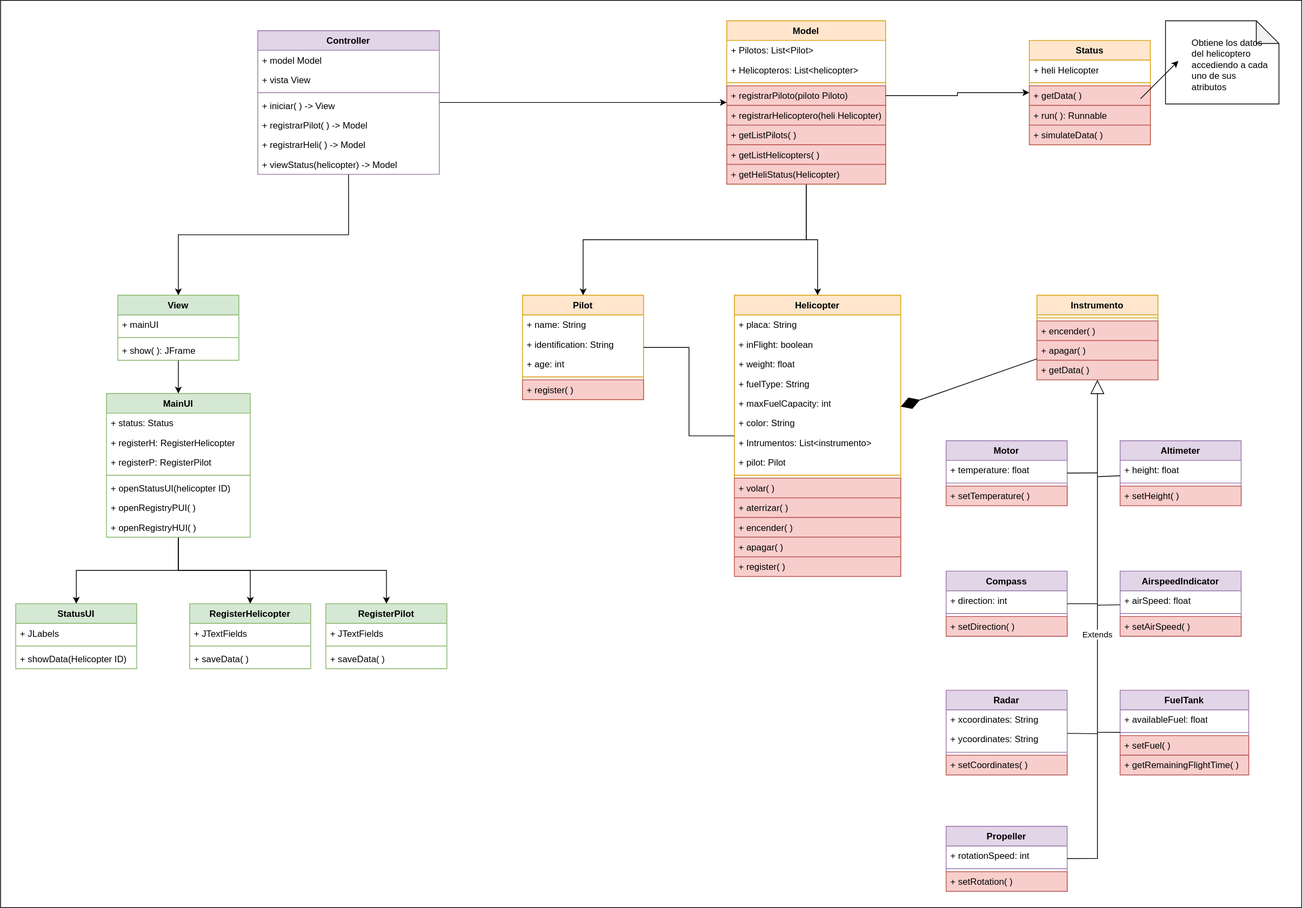
Before: diagram.drawio.svg, a diagram exported from draw.io (benjiliang/Helicopter). Source tidied: cells renumbered, new cells last; positions are measured from the earlier drawing's top-left corner, leaving out a move shared by most shapes.
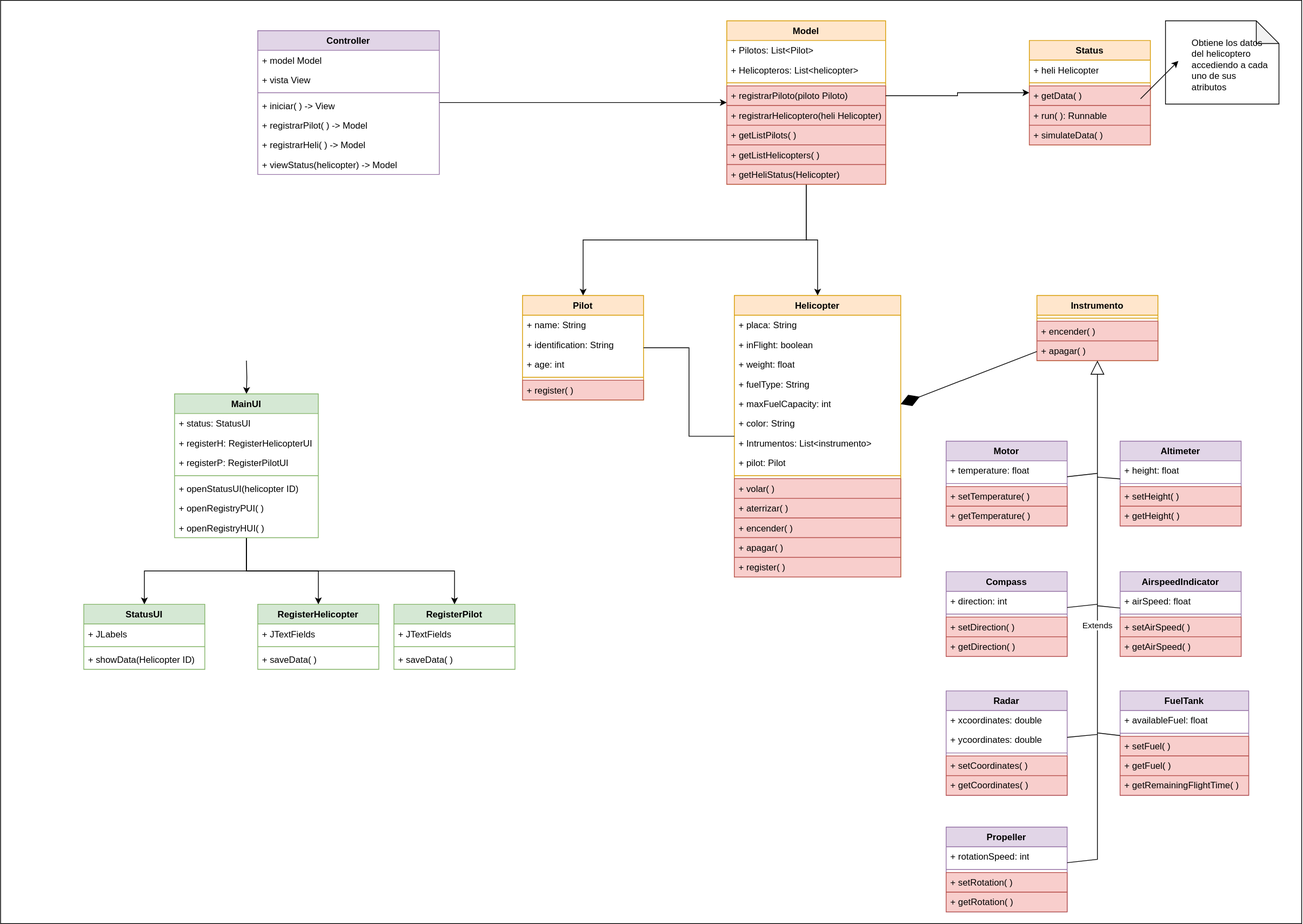
The same diagram one commit later.

The edit, as a diff of the source:
```diff
@@ -3,7 +3,7 @@
     <mxCell id="0" />
     <mxCell id="1" parent="0" />
     <mxCell id="2" style="rounded=0;whiteSpace=wrap;html=1;" parent="1" vertex="1">
-      <mxGeometry width="1720" height="1200" as="geometry" />
+      <mxGeometry width="1720" height="1220" as="geometry" />
     </mxCell>
     <mxCell id="3" value="Pilot" style="swimlane;fontStyle=1;align=center;verticalAlign=top;horizontal=1;startSize=26;whiteSpace=wrap;html=1;fillColor=#ffe6cc;strokeColor=#d79b00;" parent="1" vertex="1">
       <mxGeometry x="690" y="390" width="160" height="138" as="geometry" />
@@ -69,7 +69,7 @@
       <mxGeometry y="346" width="220" height="26" as="geometry" />
     </mxCell>
     <mxCell id="24" value="Instrumento" style="swimlane;fontStyle=1;align=center;verticalAlign=top;horizontal=1;startSize=26;whiteSpace=wrap;html=1;fillColor=#ffe6cc;strokeColor=#d79b00;" parent="1" vertex="1">
-      <mxGeometry x="1370" y="390" width="160" height="112" as="geometry" />
+      <mxGeometry x="1370" y="390" width="160" height="86" as="geometry" />
     </mxCell>
     <mxCell id="25" style="line;strokeWidth=1;fillColor=none;align=left;verticalAlign=middle;spacingTop=-1;spacingLeft=3;spacingRight=3;labelPosition=right;strokeColor=inherit;" parent="24" vertex="1">
       <mxGeometry y="26" width="160" height="8" as="geometry" />
@@ -80,11 +80,8 @@
     <mxCell id="27" value="+ apagar( )" style="text;strokeColor=#b85450;fillColor=#f8cecc;align=left;verticalAlign=top;spacingLeft=4;spacingRight=4;overflow=hidden;whiteSpace=wrap;html=1;" parent="24" vertex="1">
       <mxGeometry y="60" width="160" height="26" as="geometry" />
     </mxCell>
-    <mxCell id="28" value="+ getData( )" style="text;strokeColor=#b85450;fillColor=#f8cecc;align=left;verticalAlign=top;spacingLeft=4;spacingRight=4;overflow=hidden;whiteSpace=wrap;html=1;" parent="24" vertex="1">
-      <mxGeometry y="86" width="160" height="26" as="geometry" />
-    </mxCell>
     <mxCell id="29" value="Motor" style="swimlane;fontStyle=1;align=center;verticalAlign=top;horizontal=1;startSize=26;whiteSpace=wrap;html=1;fillColor=#e1d5e7;strokeColor=#9673a6;" parent="1" vertex="1">
-      <mxGeometry x="1250" y="582.5" width="160" height="86" as="geometry" />
+      <mxGeometry x="1250" y="582.5" width="160" height="112" as="geometry" />
     </mxCell>
     <mxCell id="30" value="+ temperature: float" style="text;strokeColor=none;fillColor=none;align=left;verticalAlign=top;spacingLeft=4;spacingRight=4;overflow=hidden;whiteSpace=wrap;html=1;" parent="29" vertex="1">
       <mxGeometry y="26" width="160" height="26" as="geometry" />
@@ -95,8 +92,11 @@
     <mxCell id="32" value="+ setTemperature( )" style="text;strokeColor=#b85450;fillColor=#f8cecc;align=left;verticalAlign=top;spacingLeft=4;spacingRight=4;overflow=hidden;whiteSpace=wrap;html=1;" parent="29" vertex="1">
       <mxGeometry y="60" width="160" height="26" as="geometry" />
     </mxCell>
+    <mxCell id="127" value="+ getTemperature( )" style="text;strokeColor=#b85450;fillColor=#f8cecc;align=left;verticalAlign=top;spacingLeft=4;spacingRight=4;overflow=hidden;whiteSpace=wrap;html=1;" parent="29" vertex="1">
+      <mxGeometry y="86" width="160" height="26" as="geometry" />
+    </mxCell>
     <mxCell id="33" value="Altimeter" style="swimlane;fontStyle=1;align=center;verticalAlign=top;horizontal=1;startSize=26;whiteSpace=wrap;html=1;fillColor=#e1d5e7;strokeColor=#9673a6;" parent="1" vertex="1">
-      <mxGeometry x="1480" y="582.5" width="160" height="86" as="geometry" />
+      <mxGeometry x="1480" y="582.5" width="160" height="112" as="geometry" />
     </mxCell>
     <mxCell id="34" value="+ height: float" style="text;strokeColor=none;fillColor=none;align=left;verticalAlign=top;spacingLeft=4;spacingRight=4;overflow=hidden;whiteSpace=wrap;html=1;" parent="33" vertex="1">
       <mxGeometry y="26" width="160" height="26" as="geometry" />
@@ -107,8 +107,11 @@
     <mxCell id="36" value="+ setHeight( )" style="text;strokeColor=#b85450;fillColor=#f8cecc;align=left;verticalAlign=top;spacingLeft=4;spacingRight=4;overflow=hidden;whiteSpace=wrap;html=1;" parent="33" vertex="1">
       <mxGeometry y="60" width="160" height="26" as="geometry" />
     </mxCell>
+    <mxCell id="128" value="+ getHeight( )" style="text;strokeColor=#b85450;fillColor=#f8cecc;align=left;verticalAlign=top;spacingLeft=4;spacingRight=4;overflow=hidden;whiteSpace=wrap;html=1;" parent="33" vertex="1">
+      <mxGeometry y="86" width="160" height="26" as="geometry" />
+    </mxCell>
     <mxCell id="37" value="Compass" style="swimlane;fontStyle=1;align=center;verticalAlign=top;horizontal=1;startSize=26;whiteSpace=wrap;html=1;fillColor=#e1d5e7;strokeColor=#9673a6;" parent="1" vertex="1">
-      <mxGeometry x="1250" y="754.9" width="160" height="86" as="geometry" />
+      <mxGeometry x="1250" y="754.9" width="160" height="112" as="geometry" />
     </mxCell>
     <mxCell id="38" value="+ direction: int" style="text;strokeColor=none;fillColor=none;align=left;verticalAlign=top;spacingLeft=4;spacingRight=4;overflow=hidden;whiteSpace=wrap;html=1;" parent="37" vertex="1">
       <mxGeometry y="26" width="160" height="26" as="geometry" />
@@ -119,8 +122,11 @@
     <mxCell id="40" value="+ setDirection( )" style="text;strokeColor=#b85450;fillColor=#f8cecc;align=left;verticalAlign=top;spacingLeft=4;spacingRight=4;overflow=hidden;whiteSpace=wrap;html=1;" parent="37" vertex="1">
       <mxGeometry y="60" width="160" height="26" as="geometry" />
     </mxCell>
+    <mxCell id="129" value="+ getDirection( )" style="text;strokeColor=#b85450;fillColor=#f8cecc;align=left;verticalAlign=top;spacingLeft=4;spacingRight=4;overflow=hidden;whiteSpace=wrap;html=1;" parent="37" vertex="1">
+      <mxGeometry y="86" width="160" height="26" as="geometry" />
+    </mxCell>
     <mxCell id="41" value="AirspeedIndicator" style="swimlane;fontStyle=1;align=center;verticalAlign=top;horizontal=1;startSize=26;whiteSpace=wrap;html=1;fillColor=#e1d5e7;strokeColor=#9673a6;" parent="1" vertex="1">
-      <mxGeometry x="1480" y="754.9" width="160" height="86" as="geometry" />
+      <mxGeometry x="1480" y="754.9" width="160" height="112" as="geometry" />
     </mxCell>
     <mxCell id="42" value="+ airSpeed: float" style="text;strokeColor=none;fillColor=none;align=left;verticalAlign=top;spacingLeft=4;spacingRight=4;overflow=hidden;whiteSpace=wrap;html=1;" parent="41" vertex="1">
       <mxGeometry y="26" width="160" height="26" as="geometry" />
@@ -128,16 +134,19 @@
     <mxCell id="43" style="line;strokeWidth=1;fillColor=none;align=left;verticalAlign=middle;spacingTop=-1;spacingLeft=3;spacingRight=3;labelPosition=right;strokeColor=inherit;" parent="41" vertex="1">
       <mxGeometry y="52" width="160" height="8" as="geometry" />
     </mxCell>
+    <mxCell id="130" value="+ setAirSpeed( )" style="text;strokeColor=#b85450;fillColor=#f8cecc;align=left;verticalAlign=top;spacingLeft=4;spacingRight=4;overflow=hidden;whiteSpace=wrap;html=1;" parent="41" vertex="1">
+      <mxGeometry y="60" width="160" height="26" as="geometry" />
+    </mxCell>
-    <mxCell id="44" value="+ setAirSpeed( )" style="text;strokeColor=#b85450;fillColor=#f8cecc;align=left;verticalAlign=top;spacingLeft=4;spacingRight=4;overflow=hidden;whiteSpace=wrap;html=1;" parent="41" vertex="1">
-      <mxGeometry y="60" width="160" height="26" as="geometry" />
+    <mxCell id="44" value="+ getAirSpeed( )" style="text;strokeColor=#b85450;fillColor=#f8cecc;align=left;verticalAlign=top;spacingLeft=4;spacingRight=4;overflow=hidden;whiteSpace=wrap;html=1;" parent="41" vertex="1">
+      <mxGeometry y="86" width="160" height="26" as="geometry" />
     </mxCell>
     <mxCell id="45" value="Radar" style="swimlane;fontStyle=1;align=center;verticalAlign=top;horizontal=1;startSize=26;whiteSpace=wrap;html=1;fillColor=#e1d5e7;strokeColor=#9673a6;" parent="1" vertex="1">
-      <mxGeometry x="1250" y="912.5" width="160" height="112" as="geometry" />
+      <mxGeometry x="1250" y="912.5" width="160" height="138" as="geometry" />
     </mxCell>
-    <mxCell id="46" value="+ xcoordinates: String" style="text;strokeColor=none;fillColor=none;align=left;verticalAlign=top;spacingLeft=4;spacingRight=4;overflow=hidden;whiteSpace=wrap;html=1;" parent="45" vertex="1">
+    <mxCell id="46" value="+ xcoordinates: double" style="text;strokeColor=none;fillColor=none;align=left;verticalAlign=top;spacingLeft=4;spacingRight=4;overflow=hidden;whiteSpace=wrap;html=1;" parent="45" vertex="1">
       <mxGeometry y="26" width="160" height="26" as="geometry" />
     </mxCell>
-    <mxCell id="47" value="+ ycoordinates: String" style="text;strokeColor=none;fillColor=none;align=left;verticalAlign=top;spacingLeft=4;spacingRight=4;overflow=hidden;whiteSpace=wrap;html=1;" parent="45" vertex="1">
+    <mxCell id="47" value="+ ycoordinates: double" style="text;strokeColor=none;fillColor=none;align=left;verticalAlign=top;spacingLeft=4;spacingRight=4;overflow=hidden;whiteSpace=wrap;html=1;" parent="45" vertex="1">
       <mxGeometry y="52" width="160" height="26" as="geometry" />
     </mxCell>
     <mxCell id="48" style="line;strokeWidth=1;fillColor=none;align=left;verticalAlign=middle;spacingTop=-1;spacingLeft=3;spacingRight=3;labelPosition=right;strokeColor=inherit;" parent="45" vertex="1">
@@ -146,8 +155,11 @@
     <mxCell id="49" value="+ setCoordinates( )" style="text;strokeColor=#b85450;fillColor=#f8cecc;align=left;verticalAlign=top;spacingLeft=4;spacingRight=4;overflow=hidden;whiteSpace=wrap;html=1;" parent="45" vertex="1">
       <mxGeometry y="86" width="160" height="26" as="geometry" />
     </mxCell>
+    <mxCell id="131" value="+ getCoordinates( )" style="text;strokeColor=#b85450;fillColor=#f8cecc;align=left;verticalAlign=top;spacingLeft=4;spacingRight=4;overflow=hidden;whiteSpace=wrap;html=1;" parent="45" vertex="1">
+      <mxGeometry y="112" width="160" height="26" as="geometry" />
+    </mxCell>
     <mxCell id="50" value="FuelTank" style="swimlane;fontStyle=1;align=center;verticalAlign=top;horizontal=1;startSize=26;whiteSpace=wrap;html=1;fillColor=#e1d5e7;strokeColor=#9673a6;" parent="1" vertex="1">
-      <mxGeometry x="1480" y="912.5" width="170" height="112" as="geometry" />
+      <mxGeometry x="1480" y="912.5" width="170" height="138" as="geometry" />
     </mxCell>
     <mxCell id="51" value="+ availableFuel: float" style="text;strokeColor=none;fillColor=none;align=left;verticalAlign=top;spacingLeft=4;spacingRight=4;overflow=hidden;whiteSpace=wrap;html=1;" parent="50" vertex="1">
       <mxGeometry y="26" width="170" height="26" as="geometry" />
@@ -158,11 +170,14 @@
     <mxCell id="53" value="+ setFuel( )" style="text;strokeColor=#b85450;fillColor=#f8cecc;align=left;verticalAlign=top;spacingLeft=4;spacingRight=4;overflow=hidden;whiteSpace=wrap;html=1;" parent="50" vertex="1">
       <mxGeometry y="60" width="170" height="26" as="geometry" />
     </mxCell>
+    <mxCell id="132" value="+ getFuel( )" style="text;strokeColor=#b85450;fillColor=#f8cecc;align=left;verticalAlign=top;spacingLeft=4;spacingRight=4;overflow=hidden;whiteSpace=wrap;html=1;" parent="50" vertex="1">
+      <mxGeometry y="86" width="170" height="26" as="geometry" />
+    </mxCell>
     <mxCell id="54" value="+ getRemainingFlightTime( )" style="text;strokeColor=#b85450;fillColor=#f8cecc;align=left;verticalAlign=top;spacingLeft=4;spacingRight=4;overflow=hidden;whiteSpace=wrap;html=1;" parent="50" vertex="1">
-      <mxGeometry y="86" width="170" height="26" as="geometry" />
+      <mxGeometry y="112" width="170" height="26" as="geometry" />
     </mxCell>
     <mxCell id="55" value="Propeller" style="swimlane;fontStyle=1;align=center;verticalAlign=top;horizontal=1;startSize=26;whiteSpace=wrap;html=1;fillColor=#e1d5e7;strokeColor=#9673a6;" parent="1" vertex="1">
-      <mxGeometry x="1250" y="1092.5" width="160" height="86" as="geometry" />
+      <mxGeometry x="1250" y="1092.5" width="160" height="112" as="geometry" />
     </mxCell>
     <mxCell id="56" value="+ rotationSpeed: int" style="text;strokeColor=none;fillColor=none;align=left;verticalAlign=top;spacingLeft=4;spacingRight=4;overflow=hidden;whiteSpace=wrap;html=1;" parent="55" vertex="1">
       <mxGeometry y="26" width="160" height="26" as="geometry" />
@@ -173,6 +188,9 @@
     <mxCell id="58" value="+ setRotation( )" style="text;strokeColor=#b85450;fillColor=#f8cecc;align=left;verticalAlign=top;spacingLeft=4;spacingRight=4;overflow=hidden;whiteSpace=wrap;html=1;" parent="55" vertex="1">
       <mxGeometry y="60" width="160" height="26" as="geometry" />
     </mxCell>
+    <mxCell id="133" value="+ getRotation( )" style="text;strokeColor=#b85450;fillColor=#f8cecc;align=left;verticalAlign=top;spacingLeft=4;spacingRight=4;overflow=hidden;whiteSpace=wrap;html=1;" parent="55" vertex="1">
+      <mxGeometry y="86" width="160" height="26" as="geometry" />
+    </mxCell>
     <mxCell id="59" value="Extends" style="endArrow=block;endSize=16;endFill=0;html=1;rounded=0;" parent="1" edge="1" source="55" target="24">
       <mxGeometry relative="1" as="geometry">
         <Array as="points">
@@ -216,21 +234,11 @@
         <mxPoint x="1450" y="968" as="targetPoint" />
       </mxGeometry>
     </mxCell>
-    <mxCell id="68" style="edgeStyle=orthogonalEdgeStyle;rounded=0;jettySize=auto;html=1;exitX=0.5;exitY=1;exitDx=0;exitDy=0;" parent="1" edge="1" source="69" target="76">
-      <mxGeometry relative="1" as="geometry" />
+    <mxCell id="68" style="edgeStyle=orthogonalEdgeStyle;rounded=0;jettySize=auto;html=1;exitX=0.5;exitY=1;exitDx=0;exitDy=0;" parent="1" edge="1" target="76">
+      <mxGeometry relative="1" as="geometry">
+        <mxPoint x="325" y="476" as="sourcePoint" />
+      </mxGeometry>
     </mxCell>
-    <mxCell id="69" value="View" style="swimlane;fontStyle=1;align=center;verticalAlign=top;horizontal=1;startSize=26;whiteSpace=wrap;html=1;fillColor=#d5e8d4;strokeColor=#82b366;" parent="1" vertex="1">
-      <mxGeometry x="155" y="390" width="160" height="86" as="geometry" />
-    </mxCell>
-    <mxCell id="70" value="+ mainUI" style="text;strokeColor=none;fillColor=none;align=left;verticalAlign=top;spacingLeft=4;spacingRight=4;overflow=hidden;whiteSpace=wrap;html=1;" parent="69" vertex="1">
-      <mxGeometry y="26" width="160" height="26" as="geometry" />
-    </mxCell>
-    <mxCell id="71" style="line;strokeWidth=1;fillColor=none;align=left;verticalAlign=middle;spacingTop=-1;spacingLeft=3;spacingRight=3;labelPosition=right;strokeColor=inherit;" parent="69" vertex="1">
-      <mxGeometry y="52" width="160" height="8" as="geometry" />
-    </mxCell>
-    <mxCell id="72" value="+ show( ): JFrame" style="text;strokeColor=none;fillColor=none;align=left;verticalAlign=top;spacingLeft=4;spacingRight=4;overflow=hidden;whiteSpace=wrap;html=1;" parent="69" vertex="1">
-      <mxGeometry y="60" width="160" height="26" as="geometry" />
-    </mxCell>
     <mxCell id="73" style="edgeStyle=orthogonalEdgeStyle;rounded=0;jettySize=auto;html=1;exitX=0.5;exitY=1;exitDx=0;exitDy=0;" parent="1" edge="1" source="76" target="84">
       <mxGeometry relative="1" as="geometry" />
     </mxCell>
@@ -241,15 +249,15 @@
       <mxGeometry relative="1" as="geometry" />
     </mxCell>
     <mxCell id="76" value="MainUI" style="swimlane;fontStyle=1;align=center;verticalAlign=top;horizontal=1;startSize=26;whiteSpace=wrap;html=1;fillColor=#d5e8d4;strokeColor=#82b366;" parent="1" vertex="1">
-      <mxGeometry x="140" y="520" width="190" height="190" as="geometry" />
+      <mxGeometry x="230" y="520" width="190" height="190" as="geometry" />
     </mxCell>
-    <mxCell id="77" value="&lt;div&gt;+ status: Status&lt;br&gt;&lt;/div&gt;" style="text;strokeColor=none;fillColor=none;align=left;verticalAlign=top;spacingLeft=4;spacingRight=4;overflow=hidden;whiteSpace=wrap;html=1;" parent="76" vertex="1">
+    <mxCell id="77" value="&lt;div&gt;+ status: StatusUI&lt;br&gt;&lt;/div&gt;" style="text;strokeColor=none;fillColor=none;align=left;verticalAlign=top;spacingLeft=4;spacingRight=4;overflow=hidden;whiteSpace=wrap;html=1;" parent="76" vertex="1">
       <mxGeometry y="26" width="190" height="26" as="geometry" />
     </mxCell>
-    <mxCell id="78" value="&lt;div&gt;+ registerH: RegisterHelicopter&lt;br&gt;&lt;/div&gt;" style="text;strokeColor=none;fillColor=none;align=left;verticalAlign=top;spacingLeft=4;spacingRight=4;overflow=hidden;whiteSpace=wrap;html=1;" parent="76" vertex="1">
+    <mxCell id="78" value="&lt;div&gt;+ registerH: RegisterHelicopterUI&lt;br&gt;&lt;/div&gt;" style="text;strokeColor=none;fillColor=none;align=left;verticalAlign=top;spacingLeft=4;spacingRight=4;overflow=hidden;whiteSpace=wrap;html=1;" parent="76" vertex="1">
       <mxGeometry y="52" width="190" height="26" as="geometry" />
     </mxCell>
-    <mxCell id="79" value="&lt;div&gt;+ registerP: RegisterPilot&lt;br&gt;&lt;/div&gt;" style="text;strokeColor=none;fillColor=none;align=left;verticalAlign=top;spacingLeft=4;spacingRight=4;overflow=hidden;whiteSpace=wrap;html=1;" parent="76" vertex="1">
+    <mxCell id="79" value="&lt;div&gt;+ registerP: RegisterPilotUI&lt;br&gt;&lt;/div&gt;" style="text;strokeColor=none;fillColor=none;align=left;verticalAlign=top;spacingLeft=4;spacingRight=4;overflow=hidden;whiteSpace=wrap;html=1;" parent="76" vertex="1">
       <mxGeometry y="78" width="190" height="26" as="geometry" />
     </mxCell>
     <mxCell id="80" style="line;strokeWidth=1;fillColor=none;align=left;verticalAlign=middle;spacingTop=-1;spacingLeft=3;spacingRight=3;labelPosition=right;strokeColor=inherit;" parent="76" vertex="1">
@@ -265,7 +273,7 @@
       <mxGeometry y="164" width="190" height="26" as="geometry" />
     </mxCell>
     <mxCell id="84" value="StatusUI" style="swimlane;fontStyle=1;align=center;verticalAlign=top;horizontal=1;startSize=26;whiteSpace=wrap;html=1;fillColor=#d5e8d4;strokeColor=#82b366;" parent="1" vertex="1">
-      <mxGeometry x="20" y="798" width="160" height="86" as="geometry" />
+      <mxGeometry x="110" y="798" width="160" height="86" as="geometry" />
     </mxCell>
     <mxCell id="85" value="+ JLabels" style="text;strokeColor=none;fillColor=none;align=left;verticalAlign=top;spacingLeft=4;spacingRight=4;overflow=hidden;whiteSpace=wrap;html=1;" parent="84" vertex="1">
       <mxGeometry y="26" width="160" height="26" as="geometry" />
@@ -277,7 +285,7 @@
       <mxGeometry y="60" width="160" height="26" as="geometry" />
     </mxCell>
     <mxCell id="88" value="RegisterHelicopter" style="swimlane;fontStyle=1;align=center;verticalAlign=top;horizontal=1;startSize=26;whiteSpace=wrap;html=1;fillColor=#d5e8d4;strokeColor=#82b366;" parent="1" vertex="1">
-      <mxGeometry x="250" y="798" width="160" height="86" as="geometry" />
+      <mxGeometry x="340" y="798" width="160" height="86" as="geometry" />
     </mxCell>
     <mxCell id="89" value="+ JTextFields" style="text;strokeColor=none;fillColor=none;align=left;verticalAlign=top;spacingLeft=4;spacingRight=4;overflow=hidden;whiteSpace=wrap;html=1;" parent="88" vertex="1">
       <mxGeometry y="26" width="160" height="26" as="geometry" />
@@ -289,7 +297,7 @@
       <mxGeometry y="60" width="160" height="26" as="geometry" />
     </mxCell>
     <mxCell id="92" value="RegisterPilot" style="swimlane;fontStyle=1;align=center;verticalAlign=top;horizontal=1;startSize=26;whiteSpace=wrap;html=1;fillColor=#d5e8d4;strokeColor=#82b366;" parent="1" vertex="1">
-      <mxGeometry x="430" y="798" width="160" height="86" as="geometry" />
+      <mxGeometry x="520" y="798" width="160" height="86" as="geometry" />
     </mxCell>
     <mxCell id="93" value="+ JTextFields" style="text;strokeColor=none;fillColor=none;align=left;verticalAlign=top;spacingLeft=4;spacingRight=4;overflow=hidden;whiteSpace=wrap;html=1;" parent="92" vertex="1">
       <mxGeometry y="26" width="160" height="26" as="geometry" />
@@ -336,9 +344,6 @@
     <mxCell id="107" style="edgeStyle=orthogonalEdgeStyle;rounded=0;jettySize=auto;html=1;exitX=1;exitY=0.5;exitDx=0;exitDy=0;" parent="1" edge="1" source="109" target="98">
       <mxGeometry relative="1" as="geometry" />
     </mxCell>
-    <mxCell id="108" style="edgeStyle=orthogonalEdgeStyle;rounded=0;jettySize=auto;html=1;exitX=0.5;exitY=1;exitDx=0;exitDy=0;" parent="1" edge="1" source="109" target="69">
-      <mxGeometry relative="1" as="geometry" />
-    </mxCell>
     <mxCell id="109" value="Controller" style="swimlane;fontStyle=1;align=center;verticalAlign=top;horizontal=1;startSize=26;whiteSpace=wrap;html=1;fillColor=#e1d5e7;strokeColor=#9673a6;" parent="1" vertex="1">
       <mxGeometry x="340" y="40" width="240" height="190" as="geometry" />
     </mxCell>
```
